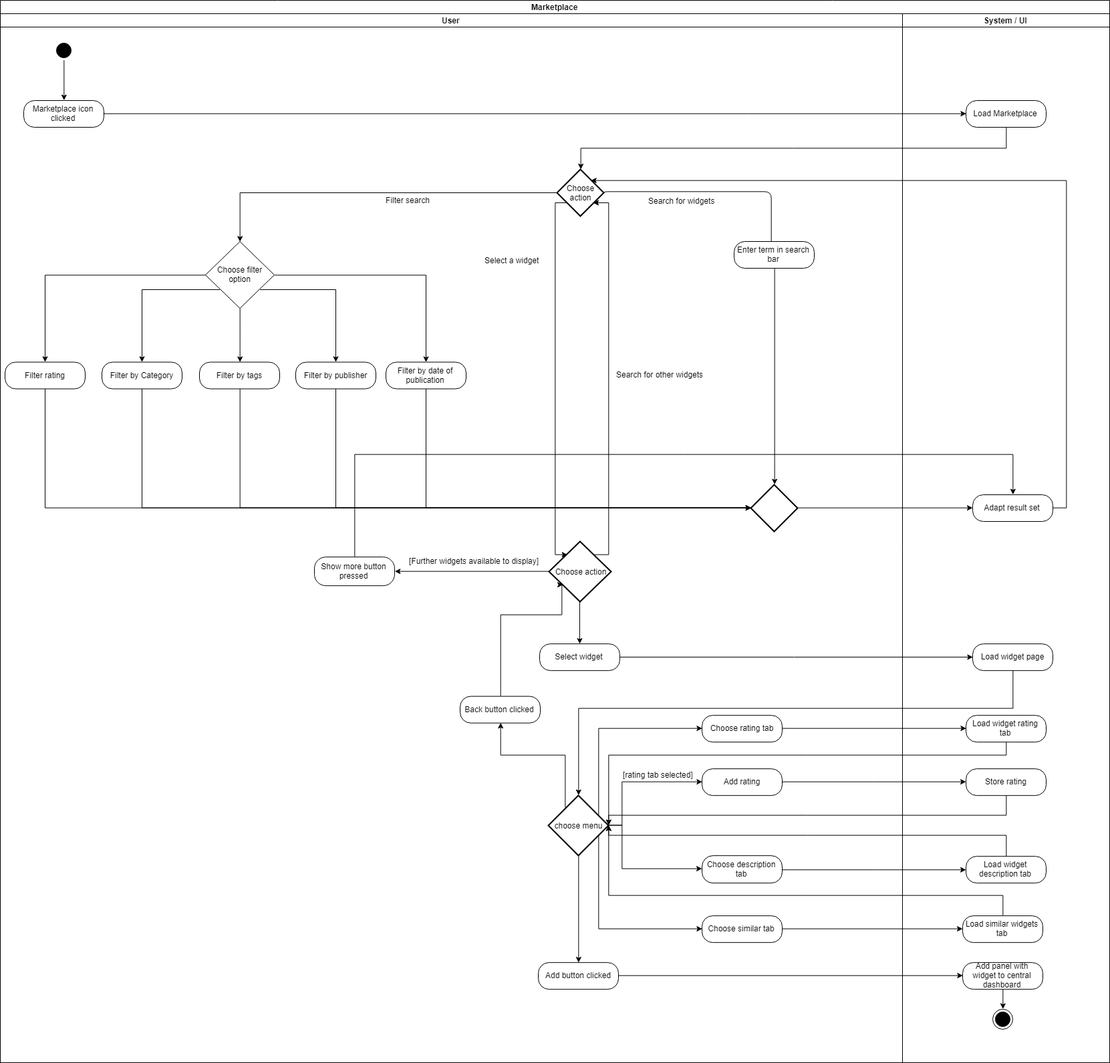
This is docs/specifications/ucs/marketplace/activity_diagrams/marketplace.png from raphaelmue/dashup, a draw.io export, as it was before one commit. Source tidied: cells renumbered, new cells last; positions are measured from the earlier drawing's top-left corner, leaving out a move shared by most shapes.
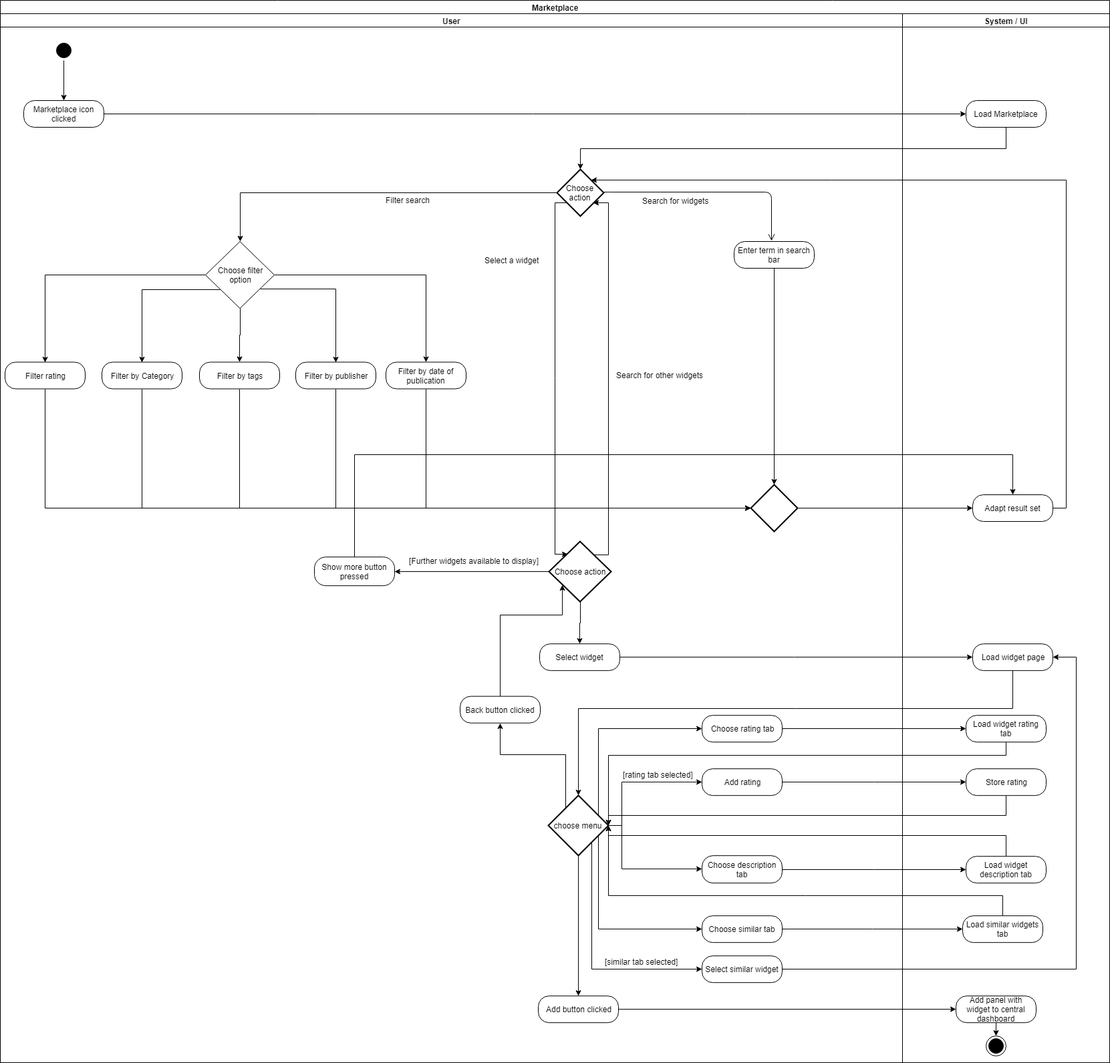
Later version of the same file.

Change to the diagram source:
```diff
@@ -119,7 +119,7 @@
       <mxGeometry x="1050" y="1050.2" width="120" height="40" as="geometry" />
     </mxCell>
     <mxCell id="33" value="Add button clicked" style="rounded=1;whiteSpace=wrap;html=1;arcSize=40;fillColor=#ffffff;strokeColor=#000000;" parent="3" vertex="1">
-      <mxGeometry x="805" y="1420.2" width="120" height="40" as="geometry" />
+      <mxGeometry x="805" y="1470.2" width="120" height="40" as="geometry" />
     </mxCell>
     <mxCell id="34" style="edgeStyle=orthogonalEdgeStyle;rounded=0;jettySize=auto;html=1;exitX=0.5;exitY=0;exitDx=0;exitDy=0;entryX=0.218;entryY=0.724;entryDx=0;entryDy=0;entryPerimeter=0;" parent="3" edge="1" source="35" target="25">
       <mxGeometry relative="1" as="geometry">
@@ -205,6 +205,19 @@
     <mxCell id="52" value="[rating tab selected]" style="text;html=1;align=left;verticalAlign=top;spacingTop=-4;" parent="3" vertex="1">
       <mxGeometry x="930" y="1130" width="120" height="20" as="geometry" />
     </mxCell>
+    <mxCell id="83" value="Select similar widget&lt;br&gt;" style="rounded=1;whiteSpace=wrap;html=1;arcSize=40;fillColor=#ffffff;strokeColor=#000000;" parent="3" vertex="1">
+      <mxGeometry x="1050" y="1410.2" width="120" height="40" as="geometry" />
+    </mxCell>
+    <mxCell id="84" style="edgeStyle=orthogonalEdgeStyle;rounded=0;jettySize=auto;html=1;exitX=0.716;exitY=0.779;exitDx=0;exitDy=0;exitPerimeter=0;entryX=0;entryY=0.5;entryDx=0;entryDy=0;" parent="3" edge="1" source="31" target="83">
+      <mxGeometry relative="1" as="geometry">
+        <Array as="points">
+          <mxPoint x="885" y="1430" />
+        </Array>
+      </mxGeometry>
+    </mxCell>
+    <mxCell id="85" value="[similar tab selected]" style="text;html=1;align=left;verticalAlign=top;spacingTop=-4;" parent="3" vertex="1">
+      <mxGeometry x="903" y="1410" width="120" height="20" as="geometry" />
+    </mxCell>
     <mxCell id="53" style="edgeStyle=orthogonalEdgeStyle;rounded=0;jettySize=auto;html=1;exitX=1;exitY=0.5;exitDx=0;exitDy=0;entryX=0.724;entryY=0.228;entryDx=0;entryDy=0;entryPerimeter=0;" parent="2" edge="1" source="70" target="8">
       <mxGeometry relative="1" as="geometry">
         <Array as="points">
@@ -301,10 +314,10 @@
       <mxGeometry relative="1" as="geometry" />
     </mxCell>
     <mxCell id="73" value="Add panel with widget to central dashboard" style="rounded=1;whiteSpace=wrap;html=1;arcSize=40;fillColor=#ffffff;strokeColor=#000000;" parent="68" vertex="1">
-      <mxGeometry x="90" y="1420.2" width="120" height="40" as="geometry" />
+      <mxGeometry x="80" y="1470.2" width="120" height="40" as="geometry" />
     </mxCell>
     <mxCell id="74" style="ellipse;html=1;shape=endState;fillColor=#000000;strokeColor=#000000;" parent="68" vertex="1">
-      <mxGeometry x="135" y="1490" width="30" height="30" as="geometry" />
+      <mxGeometry x="125" y="1530" width="30" height="30" as="geometry" />
     </mxCell>
     <mxCell id="75" value="Load similar widgets tab&lt;br&gt;" style="rounded=1;whiteSpace=wrap;html=1;arcSize=40;fillColor=#ffffff;strokeColor=#000000;" parent="68" vertex="1">
       <mxGeometry x="90" y="1350.2" width="120" height="40" as="geometry" />
@@ -318,6 +331,14 @@
     <mxCell id="78" value="Store rating&lt;br&gt;" style="rounded=1;whiteSpace=wrap;html=1;arcSize=40;fillColor=#ffffff;strokeColor=#000000;" parent="68" vertex="1">
       <mxGeometry x="95" y="1130.2" width="120" height="40" as="geometry" />
     </mxCell>
+    <mxCell id="86" style="edgeStyle=orthogonalEdgeStyle;rounded=0;jettySize=auto;html=1;exitX=1;exitY=0.5;exitDx=0;exitDy=0;entryX=1;entryY=0.5;entryDx=0;entryDy=0;" parent="2" edge="1" source="83" target="71">
+      <mxGeometry relative="1" as="geometry">
+        <Array as="points">
+          <mxPoint x="1610" y="1450" />
+          <mxPoint x="1610" y="983" />
+        </Array>
+      </mxGeometry>
+    </mxCell>
     <mxCell id="79" style="edgeStyle=orthogonalEdgeStyle;rounded=0;jettySize=auto;html=1;exitX=1;exitY=0.5;exitDx=0;exitDy=0;entryX=0;entryY=0.5;entryDx=0;entryDy=0;" parent="1" edge="1" source="80" target="71">
       <mxGeometry relative="1" as="geometry" />
     </mxCell>
```
